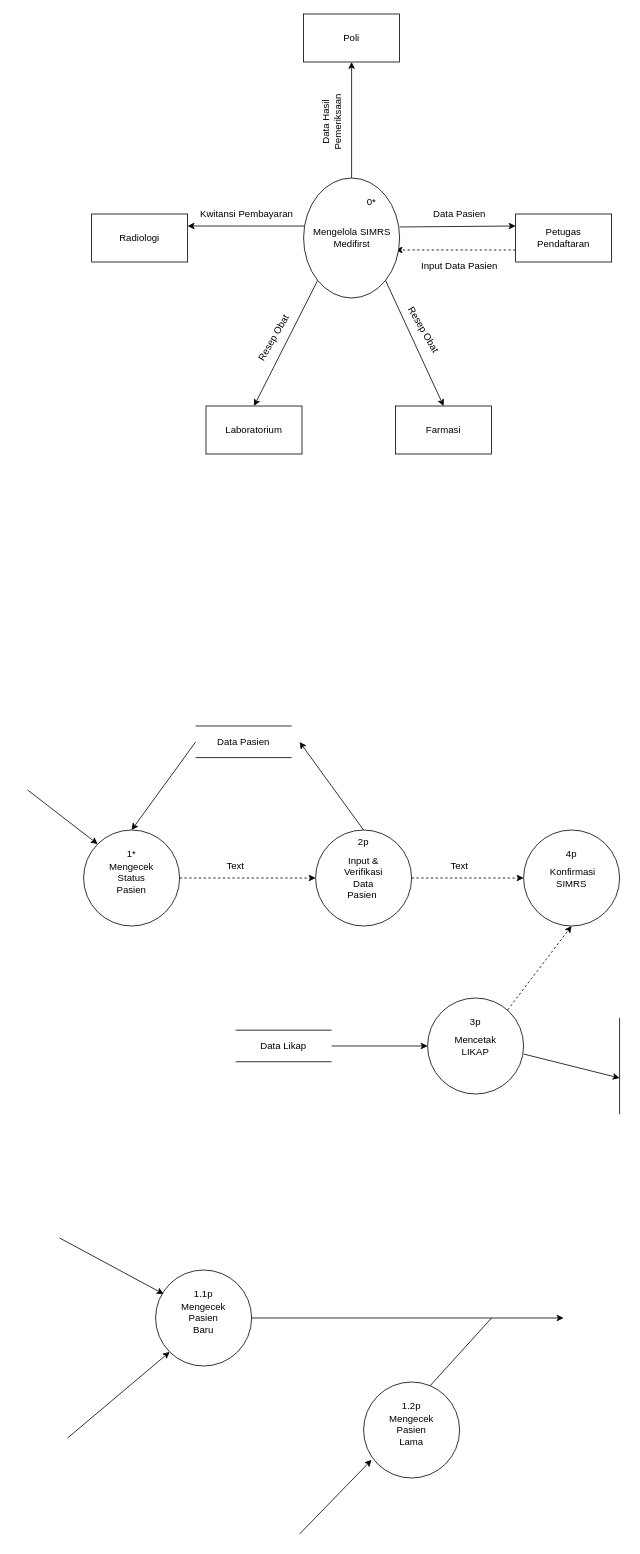
Arfnvaaa/Arfnvaaa keeps this draw.io diagram as Copy of DFD LVL 0.drawio. Above is the earlier version. Source tidied: cells renumbered, new cells numbered last; positions are measured from the earlier drawing's top-left corner, leaving out a move shared by most shapes. Both pictures are drawn from the tidied source at 80%, with x=0, y=0 at pixel (27, 14).
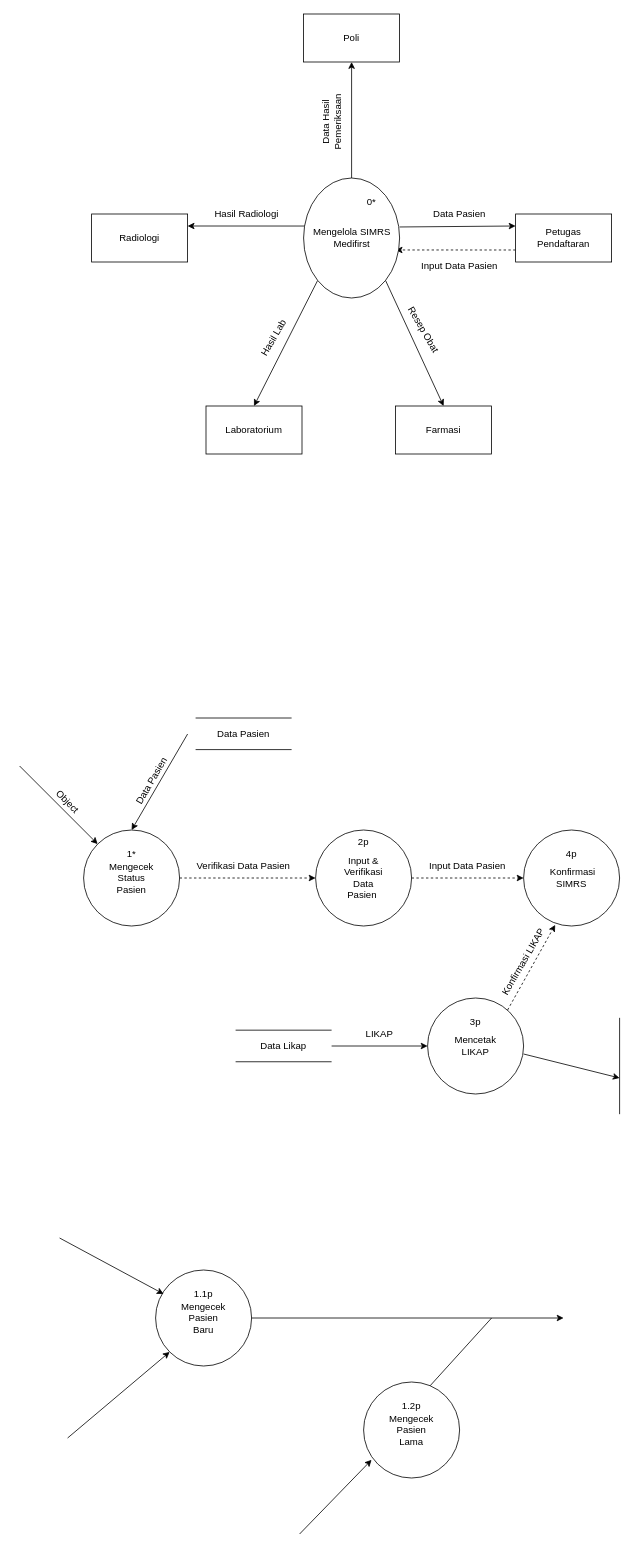
After the change.

Unchanged cells that the change refers to:
```xml
<mxCell id="23" style="group;" parent="1" vertex="1">
  <mxGeometry x="500" y="1230" width="120" height="120" as="geometry" />
</mxCell>
<mxCell id="46" style="ellipse;whiteSpace=wrap;html=1;" parent="45" vertex="1">
  <mxGeometry width="120" height="120" as="geometry" />
</mxCell>
<mxCell id="50" style="ellipse;whiteSpace=wrap;html=1;" parent="49" vertex="1">
  <mxGeometry width="120" height="120" as="geometry" />
</mxCell>
```

The edit, as a diff of the source:
```diff
@@
-    <mxCell id="27" style="endArrow=classic;html=1;rounded=0;dashed=1;" parent="23" edge="1">
+    <mxCell id="27" style="endArrow=classic;html=1;rounded=0;dashed=1;entryX=0.329;entryY=0.988;entryDx=0;entryDy=0;entryPerimeter=0;" parent="23" edge="1" target="50">
       <mxGeometry relative="1" as="geometry">
         <mxPoint x="100" y="15" as="sourcePoint" />
-        <mxPoint x="180" y="-90" as="targetPoint" />
       </mxGeometry>
     </mxCell>
@@
-    <mxCell id="29" value="Resep Obat" style="text;html=1;whiteSpace=wrap;strokeColor=none;fillColor=none;align=center;verticalAlign=middle;rounded=0;rotation=-60;" parent="1" vertex="1">
+    <mxCell id="29" value="Hasil Lab" style="text;html=1;whiteSpace=wrap;strokeColor=none;fillColor=none;align=center;verticalAlign=middle;rounded=0;rotation=-60;" parent="1" vertex="1">
       <mxGeometry x="273" y="390" width="70" height="30" as="geometry" />
     </mxCell>
-    <mxCell id="30" value="Kwitansi Pembayaran" style="text;html=1;whiteSpace=wrap;strokeColor=none;fillColor=none;align=center;verticalAlign=middle;rounded=0;" parent="1" vertex="1">
+    <mxCell id="30" value="Hasil Radiologi" style="text;html=1;whiteSpace=wrap;strokeColor=none;fillColor=none;align=center;verticalAlign=middle;rounded=0;" parent="1" vertex="1">
       <mxGeometry x="213.5" y="235" width="120" height="30" as="geometry" />
     </mxCell>
@@
     <mxCell id="33" style="group;" parent="1" vertex="1">
-      <mxGeometry x="210" y="890" width="120" height="39.5" as="geometry" />
+      <mxGeometry x="210" y="880" width="120" height="39.5" as="geometry" />
     </mxCell>
@@
     <mxCell id="76" style="endArrow=classic;html=1;rounded=0;entryX=0.5;entryY=0;entryDx=0;entryDy=0;" parent="1" edge="1" target="46">
       <mxGeometry relative="1" as="geometry">
-        <mxPoint x="210" y="910" as="sourcePoint" />
+        <mxPoint x="200" y="900" as="sourcePoint" />
       </mxGeometry>
     </mxCell>
-    <mxCell id="77" style="endArrow=classic;html=1;rounded=0;" parent="1" edge="1">
-      <mxGeometry relative="1" as="geometry">
-        <mxPoint x="420" y="1020" as="sourcePoint" />
-        <mxPoint x="340" y="910" as="targetPoint" />
-      </mxGeometry>
-    </mxCell>
     <mxCell id="78" style="endArrow=classic;html=1;rounded=0;entryX=0;entryY=0;entryDx=0;entryDy=0;" parent="1" edge="1" target="46">
       <mxGeometry relative="1" as="geometry">
-        <mxPoint y="970" as="sourcePoint" />
+        <mxPoint x="-10" y="940" as="sourcePoint" />
       </mxGeometry>
     </mxCell>
-    <mxCell id="79" value="Text" style="text;html=1;whiteSpace=wrap;strokeColor=none;fillColor=none;align=center;verticalAlign=middle;rounded=0;" parent="1" vertex="1">
-      <mxGeometry x="230" y="1050" width="60" height="30" as="geometry" />
+    <mxCell id="79" value="Verifikasi Data Pasien" style="text;html=1;whiteSpace=wrap;strokeColor=none;fillColor=none;align=center;verticalAlign=middle;rounded=0;" parent="1" vertex="1">
+      <mxGeometry x="210" y="1050" width="120" height="30" as="geometry" />
     </mxCell>
-    <mxCell id="80" value="Text" style="text;html=1;whiteSpace=wrap;strokeColor=none;fillColor=none;align=center;verticalAlign=middle;rounded=0;" parent="1" vertex="1">
-      <mxGeometry x="510" y="1050" width="60" height="30" as="geometry" />
+    <mxCell id="80" value="Input Data Pasien" style="text;html=1;whiteSpace=wrap;strokeColor=none;fillColor=none;align=center;verticalAlign=middle;rounded=0;" parent="1" vertex="1">
+      <mxGeometry x="500" y="1050" width="100" height="30" as="geometry" />
     </mxCell>
+    <mxCell id="81" value="LIKAP" style="text;html=1;whiteSpace=wrap;strokeColor=none;fillColor=none;align=center;verticalAlign=middle;rounded=0;" parent="1" vertex="1">
+      <mxGeometry x="410" y="1260" width="60" height="30" as="geometry" />
+    </mxCell>
+    <mxCell id="82" value="Konfirmasi LIKAP" style="text;html=1;whiteSpace=wrap;strokeColor=none;fillColor=none;align=center;verticalAlign=middle;rounded=0;rotation=-60;" parent="1" vertex="1">
+      <mxGeometry x="570" y="1170" width="100" height="30" as="geometry" />
+    </mxCell>
+    <mxCell id="83" value="Object" style="text;html=1;whiteSpace=wrap;strokeColor=none;fillColor=none;align=center;verticalAlign=middle;rounded=0;rotation=45;" parent="1" vertex="1">
+      <mxGeometry x="20" y="970" width="60" height="30" as="geometry" />
+    </mxCell>
+    <mxCell id="84" value="Data Pasien" style="text;html=1;whiteSpace=wrap;strokeColor=none;fillColor=none;align=center;verticalAlign=middle;rounded=0;rotation=-60;" parent="1" vertex="1">
+      <mxGeometry x="120" y="943.5" width="70" height="30" as="geometry" />
+    </mxCell>
```
